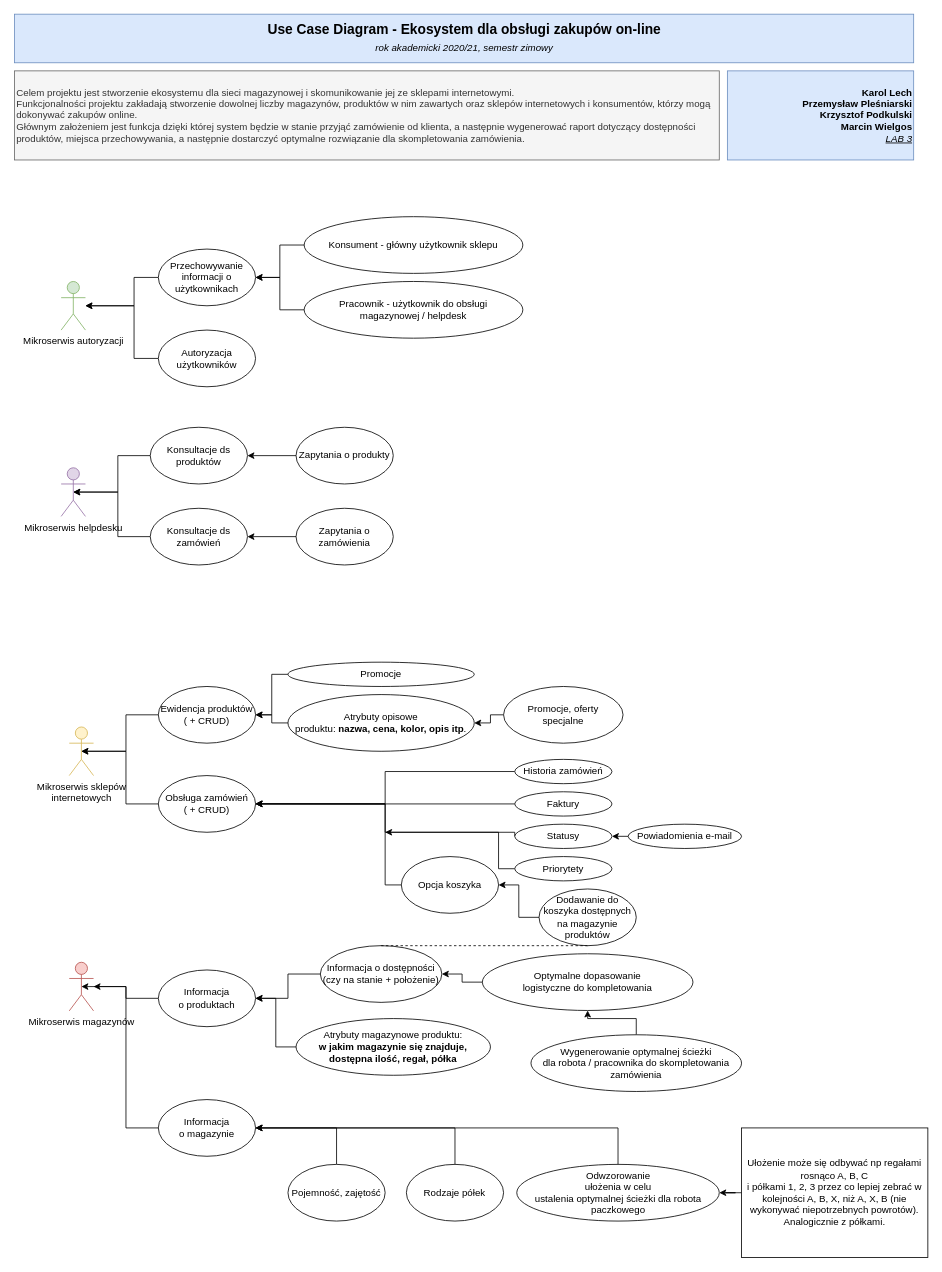
The draw.io diagram Untitled Diagram.drawio in mwvabes/proseminarium-Wielgos-Lech-Plesniarski-Podkulski, before the edit. Source tidied: cells renumbered, new cells numbered last; positions are measured from the earlier drawing's top-left corner, leaving out a move shared by most shapes. Both pictures are drawn from the tidied source at 81%, with x=0, y=0 at pixel (14, 14).
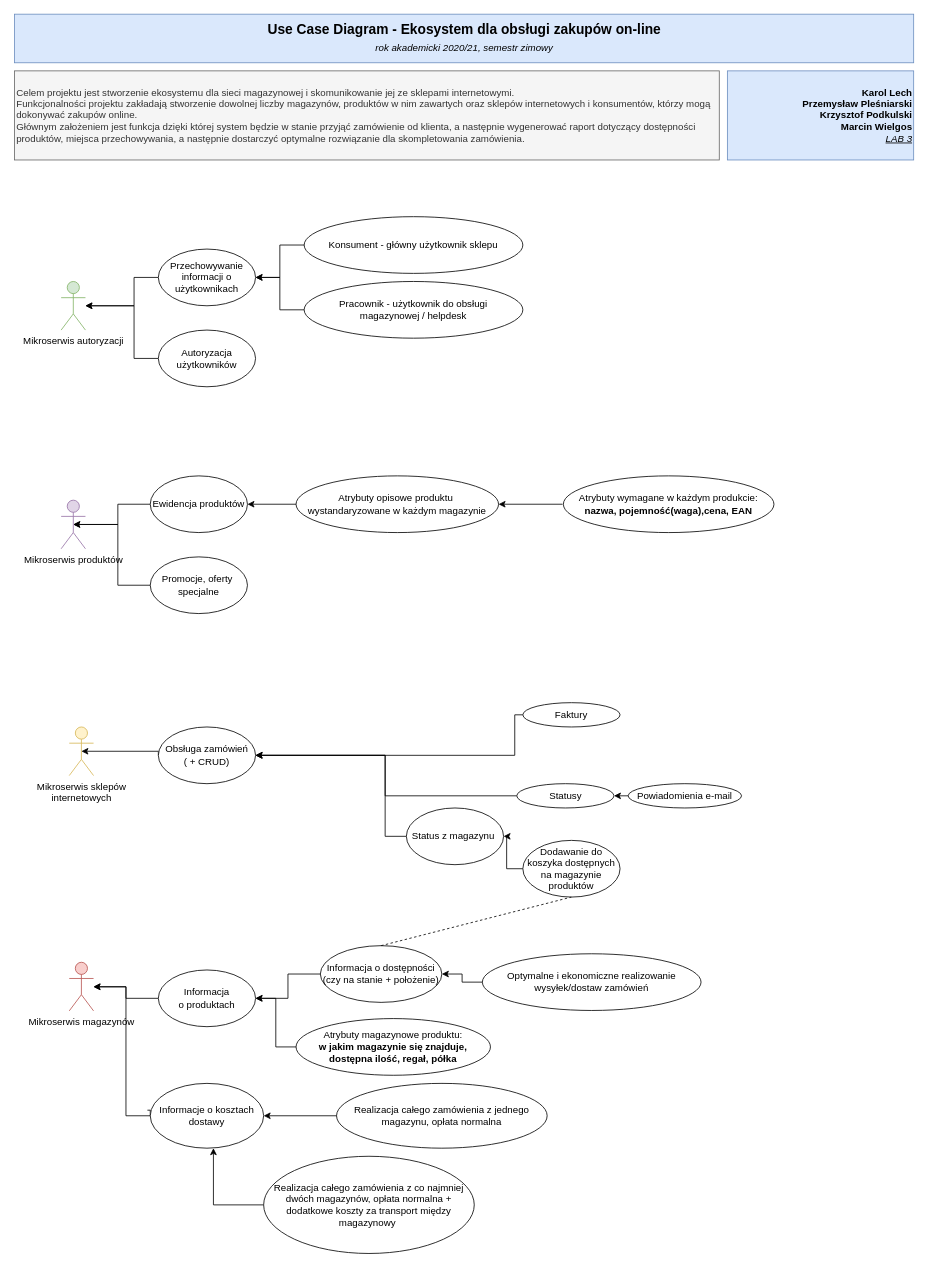
After the change.

The change refers to these unchanged cells:
```xml
<mxCell id="14" value="Mikroserwis magazynów" style="shape=umlActor;verticalLabelPosition=bottom;verticalAlign=top;html=1;outlineConnect=0;fillColor=#f8cecc;strokeColor=#b85450;" parent="1" vertex="1">
  <mxGeometry x="68" y="1170.5" width="30" height="60" as="geometry" />
</mxCell>
<mxCell id="21" value="Mikroserwis sklepów&lt;br&gt;internetowych" style="shape=umlActor;verticalLabelPosition=bottom;verticalAlign=top;html=1;outlineConnect=0;fillColor=#fff2cc;strokeColor=#d6b656;" parent="1" vertex="1">
  <mxGeometry x="68" y="880" width="30" height="60" as="geometry" />
</mxCell>
```

Change to the diagram source:
```diff
@@
-    <mxCell id="15" style="edgeStyle=orthogonalEdgeStyle;rounded=0;jettySize=auto;html=1;exitX=0;exitY=0.5;exitDx=0;exitDy=0;entryX=0.5;entryY=0.5;entryDx=0;entryDy=0;entryPerimeter=0;" parent="1" edge="1" source="16" target="21">
-      <mxGeometry relative="1" as="geometry" />
-    </mxCell>
-    <mxCell id="16" value="Ewidencja produktów&lt;br&gt;( + CRUD)" style="ellipse;whiteSpace=wrap;html=1;" parent="1" vertex="1">
-      <mxGeometry x="178" y="830" width="120" height="70" as="geometry" />
-    </mxCell>
-    <mxCell id="17" style="edgeStyle=orthogonalEdgeStyle;rounded=0;jettySize=auto;html=1;exitX=0;exitY=0.5;exitDx=0;exitDy=0;entryX=1;entryY=0.5;entryDx=0;entryDy=0;" parent="1" edge="1" source="18" target="16">
-      <mxGeometry relative="1" as="geometry" />
-    </mxCell>
-    <mxCell id="18" value="Atrybuty opisowe&lt;br&gt;produktu: &lt;b&gt;nazwa, cena, kolor, opis itp&lt;/b&gt;." style="ellipse;whiteSpace=wrap;html=1;" parent="1" vertex="1">
-      <mxGeometry x="338" y="840" width="230" height="70" as="geometry" />
-    </mxCell>
     <mxCell id="19" style="edgeStyle=orthogonalEdgeStyle;rounded=0;jettySize=auto;html=1;exitX=0;exitY=0.5;exitDx=0;exitDy=0;entryX=1;entryY=0.5;entryDx=0;entryDy=0;" parent="1" edge="1" source="20" target="32">
       <mxGeometry relative="1" as="geometry">
         <Array as="points">
-          <mxPoint x="458" y="1075" />
-          <mxPoint x="458" y="975" />
+          <mxPoint x="458" y="1015" />
+          <mxPoint x="458" y="915" />
         </Array>
       </mxGeometry>
     </mxCell>
-    <mxCell id="20" value="Opcja koszyka" style="ellipse;whiteSpace=wrap;html=1;" parent="1" vertex="1">
-      <mxGeometry x="478" y="1040" width="120" height="70" as="geometry" />
+    <mxCell id="20" value="Status z magazynu&amp;nbsp;" style="ellipse;whiteSpace=wrap;html=1;" parent="1" vertex="1">
+      <mxGeometry x="484.2" y="980" width="120" height="70" as="geometry" />
     </mxCell>
@@
     <mxCell id="27" value="Dodawanie do koszyka dostępnych&lt;br&gt;na magazynie produktów" style="ellipse;whiteSpace=wrap;html=1;" parent="1" vertex="1">
-      <mxGeometry x="648" y="1080" width="120" height="70" as="geometry" />
+      <mxGeometry x="628" y="1020" width="120" height="70" as="geometry" />
     </mxCell>
@@
     <mxCell id="31" style="edgeStyle=orthogonalEdgeStyle;rounded=0;jettySize=auto;html=1;exitX=0;exitY=0.5;exitDx=0;exitDy=0;entryX=0.5;entryY=0.5;entryDx=0;entryDy=0;entryPerimeter=0;" parent="1" edge="1" source="32" target="21">
-      <mxGeometry relative="1" as="geometry" />
+      <mxGeometry relative="1" as="geometry">
+        <Array as="points">
+          <mxPoint x="178" y="910" />
+        </Array>
+      </mxGeometry>
     </mxCell>
     <mxCell id="32" value="Obsługa zamówień&lt;br&gt;( + CRUD)" style="ellipse;whiteSpace=wrap;html=1;" parent="1" vertex="1">
-      <mxGeometry x="178" y="940" width="120" height="70" as="geometry" />
+      <mxGeometry x="178" y="880" width="120" height="70" as="geometry" />
     </mxCell>
-    <mxCell id="33" style="edgeStyle=orthogonalEdgeStyle;rounded=0;jettySize=auto;html=1;exitX=0;exitY=0.5;exitDx=0;exitDy=0;entryX=1;entryY=0.5;entryDx=0;entryDy=0;" parent="1" edge="1" source="34" target="32">
-      <mxGeometry relative="1" as="geometry" />
-    </mxCell>
-    <mxCell id="34" value="Historia zamówień" style="ellipse;whiteSpace=wrap;html=1;" parent="1" vertex="1">
-      <mxGeometry x="618" y="920" width="120" height="30" as="geometry" />
-    </mxCell>
-    <mxCell id="35" style="edgeStyle=orthogonalEdgeStyle;rounded=0;jettySize=auto;html=1;exitX=0;exitY=0.5;exitDx=0;exitDy=0;" parent="1" edge="1" source="36">
+    <mxCell id="35" style="edgeStyle=orthogonalEdgeStyle;rounded=0;jettySize=auto;html=1;exitX=0;exitY=0.5;exitDx=0;exitDy=0;entryX=1;entryY=0.5;entryDx=0;entryDy=0;" parent="1" edge="1" source="36" target="32">
       <mxGeometry relative="1" as="geometry">
-        <mxPoint x="298" y="974.7" as="targetPoint" />
+        <Array as="points">
+          <mxPoint x="618" y="915" />
+        </Array>
       </mxGeometry>
     </mxCell>
     <mxCell id="36" value="Faktury" style="ellipse;whiteSpace=wrap;html=1;" parent="1" vertex="1">
-      <mxGeometry x="618" y="960" width="120" height="30" as="geometry" />
+      <mxGeometry x="628" y="850" width="120" height="30" as="geometry" />
     </mxCell>
     <mxCell id="37" style="edgeStyle=orthogonalEdgeStyle;rounded=0;jettySize=auto;html=1;exitX=0;exitY=0.5;exitDx=0;exitDy=0;entryX=1;entryY=0.5;entryDx=0;entryDy=0;" parent="1" edge="1" source="38" target="32">
       <mxGeometry relative="1" as="geometry">
         <Array as="points">
-          <mxPoint x="618" y="1010" />
-          <mxPoint x="458" y="1010" />
-          <mxPoint x="458" y="975" />
+          <mxPoint x="458" y="965" />
+          <mxPoint x="458" y="915" />
         </Array>
       </mxGeometry>
     </mxCell>
     <mxCell id="38" value="Statusy" style="ellipse;whiteSpace=wrap;html=1;" parent="1" vertex="1">
-      <mxGeometry x="618" y="1000" width="120" height="30" as="geometry" />
+      <mxGeometry x="620.5" y="950" width="120" height="30" as="geometry" />
     </mxCell>
@@
     <mxCell id="40" value="Powiadomienia e-mail" style="ellipse;whiteSpace=wrap;html=1;" parent="1" vertex="1">
-      <mxGeometry x="758" y="1000" width="140" height="30" as="geometry" />
+      <mxGeometry x="758" y="950" width="140" height="30" as="geometry" />
     </mxCell>
-    <mxCell id="41" style="edgeStyle=orthogonalEdgeStyle;rounded=0;jettySize=auto;html=1;exitX=0;exitY=0.5;exitDx=0;exitDy=0;entryX=1;entryY=0.5;entryDx=0;entryDy=0;" parent="1" edge="1" source="42" target="16">
-      <mxGeometry relative="1" as="geometry" />
-    </mxCell>
-    <mxCell id="42" value="Promocje" style="ellipse;whiteSpace=wrap;html=1;" parent="1" vertex="1">
-      <mxGeometry x="338" y="800" width="230" height="30" as="geometry" />
-    </mxCell>
-    <mxCell id="43" style="edgeStyle=orthogonalEdgeStyle;rounded=0;jettySize=auto;html=1;exitX=0;exitY=0.5;exitDx=0;exitDy=0;entryX=1;entryY=0.5;entryDx=0;entryDy=0;" parent="1" edge="1" source="44" target="18">
-      <mxGeometry relative="1" as="geometry">
-        <Array as="points">
-          <mxPoint x="588" y="865" />
-          <mxPoint x="588" y="875" />
-        </Array>
-      </mxGeometry>
-    </mxCell>
-    <mxCell id="44" value="Promocje, oferty&lt;br&gt;specjalne" style="ellipse;whiteSpace=wrap;html=1;" parent="1" vertex="1">
-      <mxGeometry x="604.2" y="830" width="147.5" height="70" as="geometry" />
-    </mxCell>
-    <mxCell id="45" value="Mikroserwis helpdesku" style="shape=umlActor;verticalLabelPosition=bottom;verticalAlign=top;html=1;outlineConnect=0;fillColor=#e1d5e7;strokeColor=#9673a6;" parent="1" vertex="1">
-      <mxGeometry x="58" y="560" width="30" height="60" as="geometry" />
+    <mxCell id="45" value="Mikroserwis produktów" style="shape=umlActor;verticalLabelPosition=bottom;verticalAlign=top;html=1;outlineConnect=0;fillColor=#e1d5e7;strokeColor=#9673a6;fontSize=12;" parent="1" vertex="1">
+      <mxGeometry x="58" y="600" width="30" height="60" as="geometry" />
     </mxCell>
@@
-    <mxCell id="47" value="Konsultacje ds&lt;br&gt;produktów" style="ellipse;whiteSpace=wrap;html=1;" parent="1" vertex="1">
-      <mxGeometry x="168" y="510" width="120" height="70" as="geometry" />
+    <mxCell id="47" value="Ewidencja produktów" style="ellipse;whiteSpace=wrap;html=1;" parent="1" vertex="1">
+      <mxGeometry x="168" y="570" width="120" height="70" as="geometry" />
     </mxCell>
     <mxCell id="48" style="edgeStyle=orthogonalEdgeStyle;rounded=0;jettySize=auto;html=1;exitX=0;exitY=0.5;exitDx=0;exitDy=0;entryX=0.5;entryY=0.5;entryDx=0;entryDy=0;entryPerimeter=0;" parent="1" edge="1" source="49" target="45">
-      <mxGeometry relative="1" as="geometry" />
+      <mxGeometry relative="1" as="geometry">
+        <Array as="points">
+          <mxPoint x="128" y="705" />
+          <mxPoint x="128" y="630" />
+        </Array>
+      </mxGeometry>
     </mxCell>
-    <mxCell id="49" value="Konsultacje ds&lt;br&gt;zamówień" style="ellipse;whiteSpace=wrap;html=1;" parent="1" vertex="1">
-      <mxGeometry x="168" y="610" width="120" height="70" as="geometry" />
+    <mxCell id="49" value="Promocje, oferty&amp;nbsp;&lt;br&gt;specjalne" style="ellipse;whiteSpace=wrap;html=1;" parent="1" vertex="1">
+      <mxGeometry x="168" y="670" width="120" height="70" as="geometry" />
     </mxCell>
@@
-    <mxCell id="51" value="Zapytania o produkty" style="ellipse;whiteSpace=wrap;html=1;" parent="1" vertex="1">
-      <mxGeometry x="348" y="510" width="120" height="70" as="geometry" />
+    <mxCell id="51" value="Atrybuty opisowe produktu&amp;nbsp;&lt;br&gt;wystandaryzowane w każdym magazynie" style="ellipse;whiteSpace=wrap;html=1;" parent="1" vertex="1">
+      <mxGeometry x="348" y="570" width="250" height="70" as="geometry" />
     </mxCell>
-    <mxCell id="52" style="edgeStyle=orthogonalEdgeStyle;rounded=0;jettySize=auto;html=1;exitX=0;exitY=0.5;exitDx=0;exitDy=0;entryX=1;entryY=0.5;entryDx=0;entryDy=0;" parent="1" edge="1" source="53" target="49">
-      <mxGeometry relative="1" as="geometry" />
-    </mxCell>
-    <mxCell id="53" value="Zapytania o zamówienia" style="ellipse;whiteSpace=wrap;html=1;" parent="1" vertex="1">
-      <mxGeometry x="348" y="610" width="120" height="70" as="geometry" />
+    <mxCell id="53" value="Atrybuty wymagane w każdym produkcie:&lt;br&gt;&lt;b&gt;nazwa, pojemność(waga),cena, EAN&lt;/b&gt;" style="ellipse;whiteSpace=wrap;html=1;" parent="1" vertex="1">
+      <mxGeometry x="678" y="570" width="260" height="70" as="geometry" />
     </mxCell>
@@
-    <mxCell id="55" value="Optymalne dopasowanie&lt;br&gt;logistyczne do kompletowania" style="ellipse;whiteSpace=wrap;html=1;" parent="1" vertex="1">
-      <mxGeometry x="578" y="1160" width="260" height="70" as="geometry" />
+    <mxCell id="55" value="Optymalne i ekonomiczne realizowanie wysyłek/dostaw zamówień" style="ellipse;whiteSpace=wrap;html=1;" parent="1" vertex="1">
+      <mxGeometry x="578" y="1160" width="270" height="70" as="geometry" />
     </mxCell>
-    <mxCell id="56" style="edgeStyle=orthogonalEdgeStyle;rounded=0;jettySize=auto;html=1;exitX=0;exitY=0.5;exitDx=0;exitDy=0;" parent="1" edge="1" source="57">
-      <mxGeometry relative="1" as="geometry">
-        <mxPoint x="458" y="1010" as="targetPoint" />
-        <Array as="points">
-          <mxPoint x="598" y="1055" />
-          <mxPoint x="598" y="1010" />
-        </Array>
-      </mxGeometry>
-    </mxCell>
-    <mxCell id="57" value="Priorytety" style="ellipse;whiteSpace=wrap;html=1;" parent="1" vertex="1">
-      <mxGeometry x="618" y="1040" width="120" height="30" as="geometry" />
-    </mxCell>
-    <mxCell id="58" style="edgeStyle=orthogonalEdgeStyle;rounded=0;jettySize=auto;html=1;exitX=0.5;exitY=0;exitDx=0;exitDy=0;entryX=0.5;entryY=1;entryDx=0;entryDy=0;" parent="1" edge="1" source="59" target="55">
-      <mxGeometry relative="1" as="geometry" />
+    <mxCell id="58" style="edgeStyle=orthogonalEdgeStyle;rounded=0;jettySize=auto;html=1;exitX=0.5;exitY=0;exitDx=0;exitDy=0;entryX=1;entryY=0.5;entryDx=0;entryDy=0;" parent="1" edge="1" source="59" target="73">
+      <mxGeometry relative="1" as="geometry">
+        <Array as="points">
+          <mxPoint x="528" y="1360" />
+        </Array>
+      </mxGeometry>
     </mxCell>
+    <mxCell id="70" style="edgeStyle=orthogonalEdgeStyle;rounded=0;orthogonalLoop=1;jettySize=auto;html=1;fontSize=12;" parent="1" edge="1">
+      <mxGeometry relative="1" as="geometry">
+        <mxPoint x="308" y="1470" as="sourcePoint" />
+        <mxPoint x="246" y="1400" as="targetPoint" />
+        <Array as="points">
+          <mxPoint x="246" y="1470" />
+        </Array>
+      </mxGeometry>
+    </mxCell>
-    <mxCell id="59" value="Wygenerowanie optymalnej ścieżki&lt;br&gt;dla robota / pracownika do skompletowania zamówienia" style="ellipse;whiteSpace=wrap;html=1;" parent="1" vertex="1">
-      <mxGeometry x="638" y="1260" width="260" height="70" as="geometry" />
+    <mxCell id="59" value="Realizacja całego zamówienia z jednego magazynu, opłata normalna" style="ellipse;whiteSpace=wrap;html=1;" parent="1" vertex="1">
+      <mxGeometry x="398" y="1320" width="260" height="80" as="geometry" />
     </mxCell>
-    <mxCell id="60" style="edgeStyle=orthogonalEdgeStyle;rounded=0;jettySize=auto;html=1;exitX=0;exitY=0.5;exitDx=0;exitDy=0;entryX=0.5;entryY=0.5;entryDx=0;entryDy=0;entryPerimeter=0;" parent="1" edge="1" source="61" target="14">
-      <mxGeometry relative="1" as="geometry">
-        <Array as="points">
-          <mxPoint x="138" y="1375" />
-          <mxPoint x="138" y="1201" />
-        </Array>
-      </mxGeometry>
-    </mxCell>
-    <mxCell id="61" value="Informacja&lt;br&gt;o magazynie" style="ellipse;whiteSpace=wrap;html=1;" parent="1" vertex="1">
-      <mxGeometry x="178" y="1340" width="120" height="70" as="geometry" />
-    </mxCell>
-    <mxCell id="62" style="edgeStyle=orthogonalEdgeStyle;rounded=0;jettySize=auto;html=1;exitX=0.5;exitY=0;exitDx=0;exitDy=0;entryX=1;entryY=0.5;entryDx=0;entryDy=0;" parent="1" edge="1" source="63" target="61">
-      <mxGeometry relative="1" as="geometry" />
-    </mxCell>
-    <mxCell id="63" value="Pojemność, zajętość" style="ellipse;whiteSpace=wrap;html=1;" parent="1" vertex="1">
-      <mxGeometry x="338" y="1420" width="120" height="70" as="geometry" />
-    </mxCell>
-    <mxCell id="64" style="edgeStyle=orthogonalEdgeStyle;rounded=0;jettySize=auto;html=1;exitX=0.5;exitY=0;exitDx=0;exitDy=0;entryX=1;entryY=0.5;entryDx=0;entryDy=0;" parent="1" edge="1" source="65" target="61">
-      <mxGeometry relative="1" as="geometry" />
-    </mxCell>
-    <mxCell id="65" value="Rodzaje półek" style="ellipse;whiteSpace=wrap;html=1;" parent="1" vertex="1">
-      <mxGeometry x="484.2" y="1420" width="120" height="70" as="geometry" />
-    </mxCell>
-    <mxCell id="66" style="edgeStyle=orthogonalEdgeStyle;rounded=0;jettySize=auto;html=1;exitX=0.5;exitY=0;exitDx=0;exitDy=0;entryX=1;entryY=0.5;entryDx=0;entryDy=0;" parent="1" edge="1" source="67" target="61">
-      <mxGeometry relative="1" as="geometry" />
-    </mxCell>
-    <mxCell id="67" value="Odwzorowanie&lt;br&gt;ułożenia w celu&lt;br&gt;ustalenia optymalnej ścieżki dla robota paczkowego" style="ellipse;whiteSpace=wrap;html=1;" parent="1" vertex="1">
-      <mxGeometry x="620.5" y="1420" width="250" height="70" as="geometry" />
-    </mxCell>
-    <mxCell id="68" style="edgeStyle=orthogonalEdgeStyle;rounded=0;jettySize=auto;html=1;exitX=0;exitY=0.5;exitDx=0;exitDy=0;" parent="1" edge="1" source="69" target="67">
-      <mxGeometry relative="1" as="geometry" />
-    </mxCell>
-    <mxCell id="69" value="Ułożenie może się odbywać np regałami rosnąco A, B, C&lt;br&gt;i półkami 1, 2, 3 przez co lepiej zebrać w kolejności A, B, X, niż A, X, B (nie wykonywać niepotrzebnych powrotów). Analogicznie z półkami." style="rounded=0;whiteSpace=wrap;html=1;" parent="1" vertex="1">
-      <mxGeometry x="898" y="1375" width="230" height="160" as="geometry" />
-    </mxCell>
+    <mxCell id="71" style="endArrow=classic;html=1;fontSize=12;entryX=1;entryY=0.5;entryDx=0;entryDy=0;" parent="1" edge="1" target="51">
+      <mxGeometry relative="1" as="geometry">
+        <mxPoint x="677" y="605" as="sourcePoint" />
+      </mxGeometry>
+    </mxCell>
+    <mxCell id="72" style="edgeStyle=orthogonalEdgeStyle;rounded=0;jettySize=auto;html=1;fontSize=12;exitX=-0.025;exitY=0.414;exitDx=0;exitDy=0;exitPerimeter=0;" parent="1" edge="1" source="73">
+      <mxGeometry relative="1" as="geometry">
+        <mxPoint x="98" y="1201" as="targetPoint" />
+        <Array as="points">
+          <mxPoint x="168" y="1353" />
+          <mxPoint x="168" y="1360" />
+          <mxPoint x="138" y="1360" />
+          <mxPoint x="138" y="1201" />
+        </Array>
+      </mxGeometry>
+    </mxCell>
+    <mxCell id="73" value="Informacje o kosztach dostawy" style="ellipse;whiteSpace=wrap;html=1;" parent="1" vertex="1">
+      <mxGeometry x="168" y="1320" width="140" height="80" as="geometry" />
+    </mxCell>
+    <mxCell id="74" value="Realizacja całego zamówienia z co najmniej dwóch magazynów, opłata normalna + dodatkowe koszty za transport między magazynowy&amp;nbsp;" style="ellipse;whiteSpace=wrap;html=1;" parent="1" vertex="1">
+      <mxGeometry x="308" y="1410" width="260" height="120" as="geometry" />
+    </mxCell>
```
